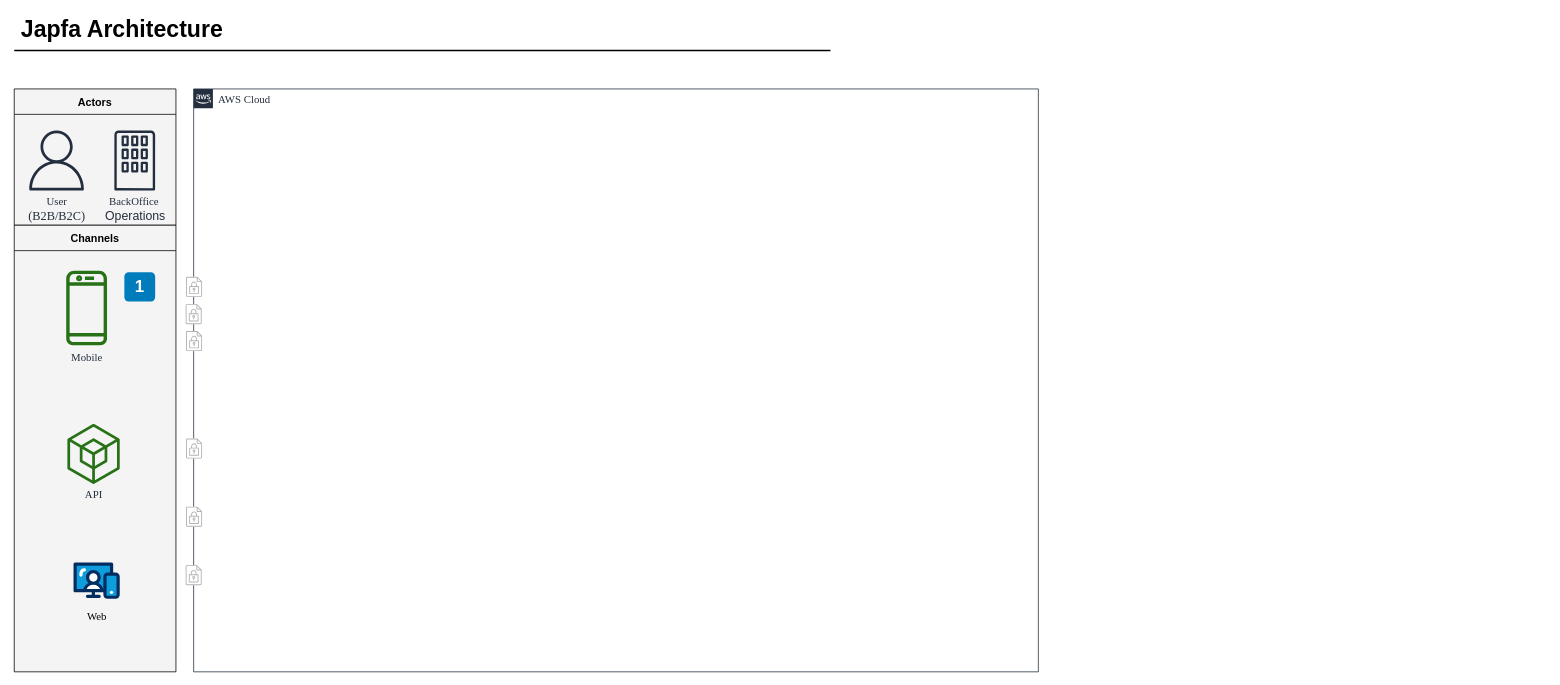
namanchopra21087/design-documents keeps this draw.io diagram as Japfa-Architecture-Design.drawio. Above is the earlier version. Source tidied: cells renumbered, new cells numbered last; positions are measured from the earlier drawing's top-left corner, leaving out a move shared by most shapes. Both pictures are drawn from the tidied source at 77%, with x=0, y=0 at pixel (14, 12).
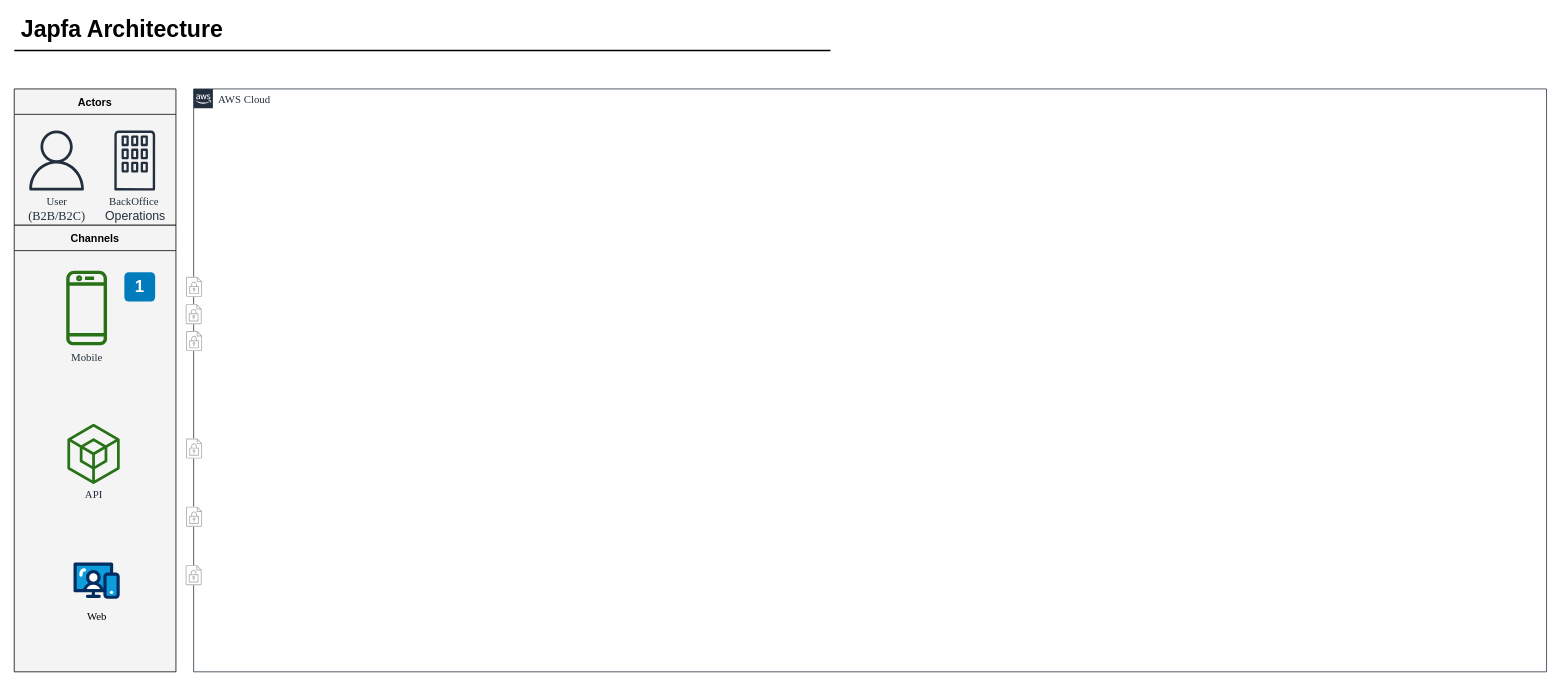
The same page after the edit.

Diff of the diagram source:
```diff
@@
-    <mxCell id="2" value="&lt;font style=&quot;font-size: 14px;&quot; face=&quot;Times New Roman&quot;&gt;AWS Cloud&lt;/font&gt;" style="gradientColor=none;html=1;whiteSpace=wrap;fontSize=12;fontStyle=0;shape=mxgraph.aws4.group;grIcon=mxgraph.aws4.group_aws_cloud_alt;strokeColor=#232F3E;fillColor=none;verticalAlign=top;align=left;spacingLeft=30;fontColor=#232F3E;dashed=0;labelBackgroundColor=none;" parent="1" vertex="1">
-      <mxGeometry x="233" y="99" width="1097" height="757" as="geometry" />
+    <mxCell id="2" value="&lt;font style=&quot;font-size: 14px;&quot; face=&quot;Times New Roman&quot;&gt;AWS Cloud&lt;/font&gt;" style="gradientColor=none;html=1;whiteSpace=wrap;fontSize=12;fontStyle=0;shape=mxgraph.aws4.group;grIcon=mxgraph.aws4.group_aws_cloud_alt;strokeColor=#232F3E;fillColor=none;verticalAlign=top;align=left;spacingLeft=30;fontColor=#232F3E;labelBackgroundColor=none;strokeWidth=1;" parent="1" vertex="1">
+      <mxGeometry x="233" y="99" width="1757" height="757" as="geometry" />
     </mxCell>
```
